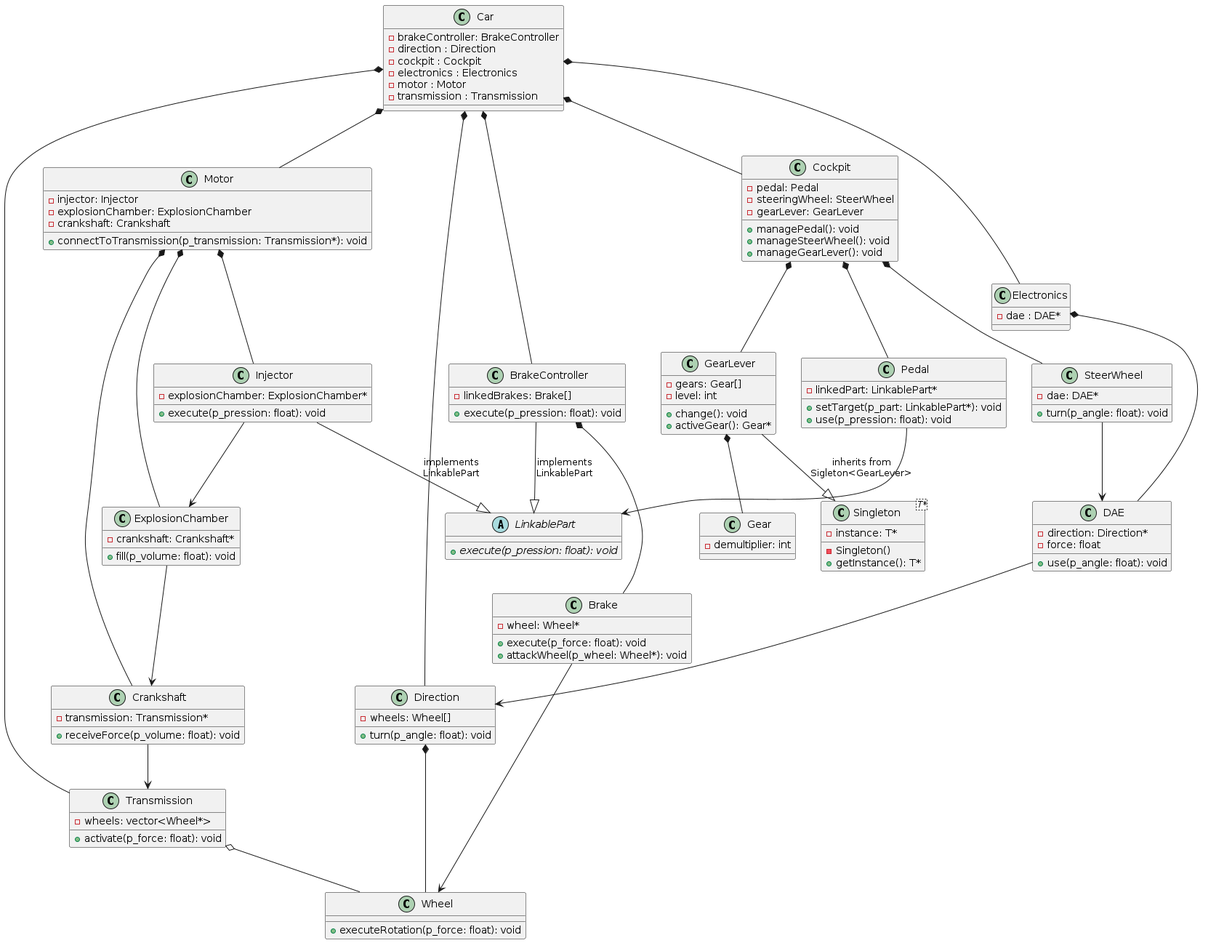
This is UML/out/subject/Subject.png from Paolss666/Piscine-Object, a PlantUML export, as it was before one commit.
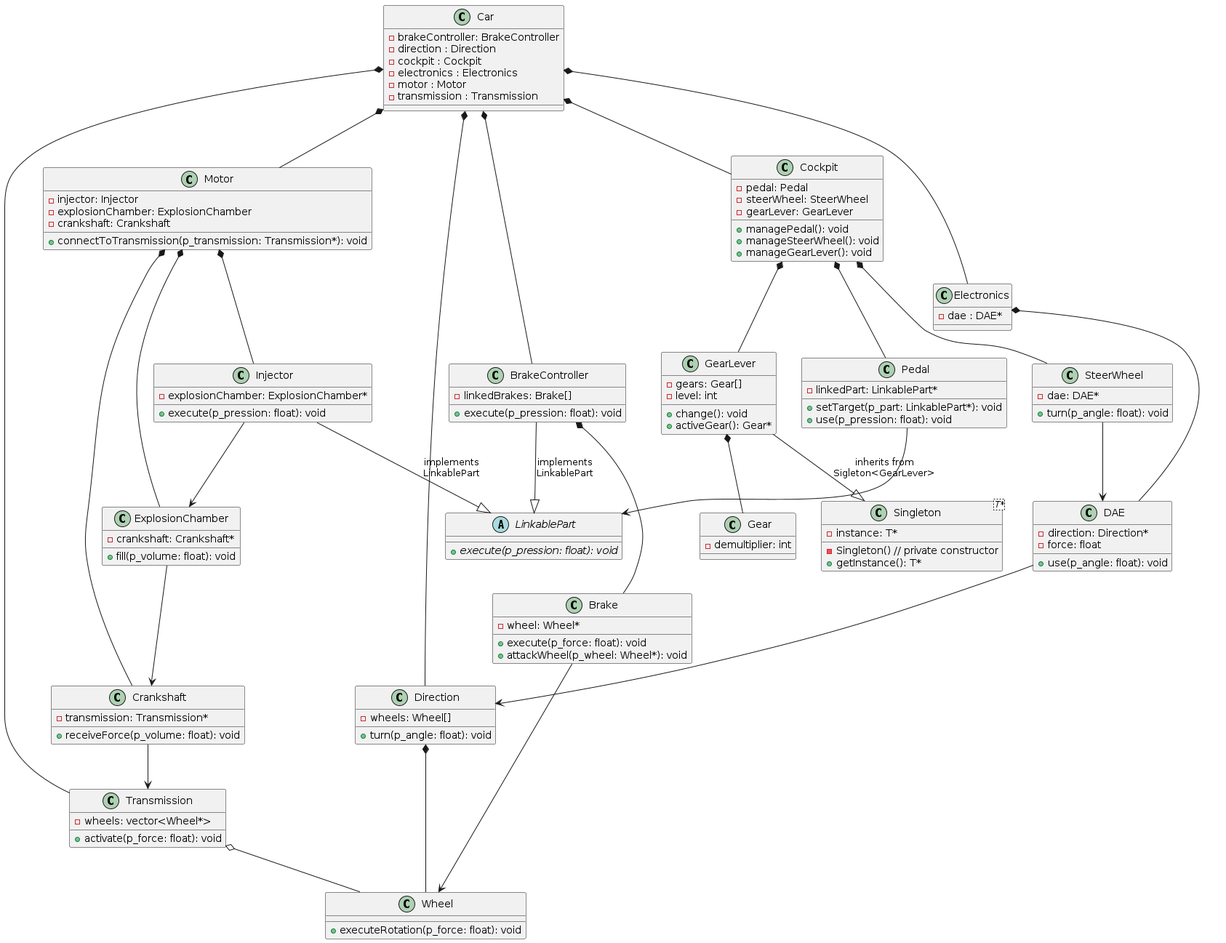
After the change.

The edit, as a diff of the source:
```diff
@@ -12,7 +12,7 @@
 
 class "Singleton<T*>" as Singleton{
     - instance: T*
-    - Singleton()
+    - Singleton() // private constructor
     + getInstance(): T*
 }
 
@@ -86,7 +86,7 @@
 
 class Cockpit {
     - pedal: Pedal
-    - steeringWheel: SteerWheel
+    - steerWheel: SteerWheel
     - gearLever: GearLever
     + managePedal(): void
     + manageSteerWheel(): void
@@ -106,7 +106,6 @@
     - transmission : Transmission
 }
 
-
 GearLever --|> Singleton: inherits from\nSigleton<GearLever>
 Injector--|> LinkablePart: implements\nLinkablePart
 BrakeController --|> LinkablePart: implements\nLinkablePart
@@ -123,18 +122,18 @@
 Motor *-- ExplosionChamber
 Motor *-- Crankshaft
 
+
 Cockpit *-- Pedal
 Cockpit *-- SteerWheel
 Cockpit *-- GearLever
+
 
 GearLever *-- Gear
 Direction *-- Wheel
 BrakeController *-- Brake
 Electronics *-- DAE
 
-
 Transmission o-- Wheel
-
 
 Crankshaft --> Transmission
 ExplosionChamber --> Crankshaft
```
